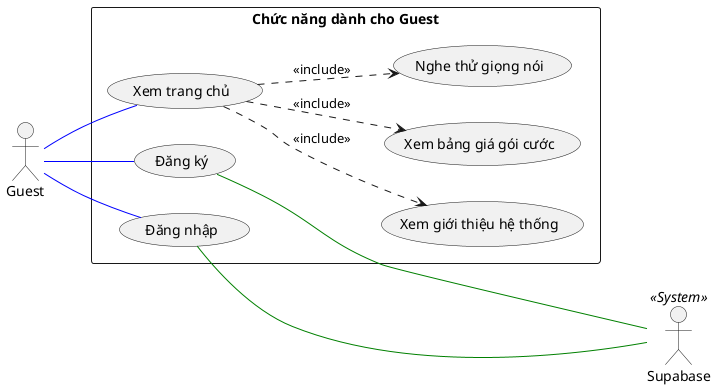
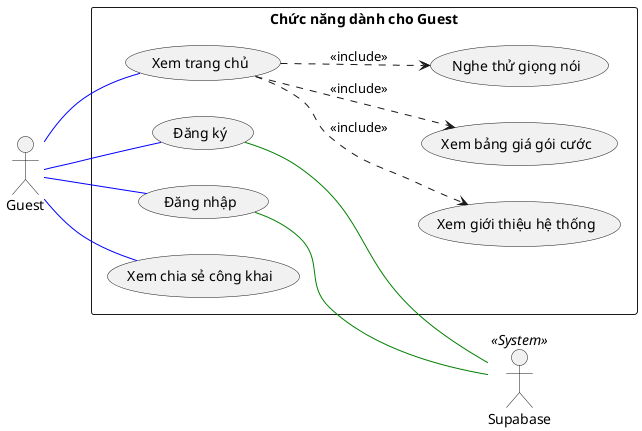
@startuml
left to right direction
skinparam packageStyle rectangle
skinparam shadowing false

actor "Guest" as Guest
actor "Supabase" as Supabase << System >>

rectangle "Chức năng dành cho Guest" {
  usecase "Xem trang chủ" as UC_Home
  usecase "Xem giới thiệu hệ thống" as UC_Intro
  usecase "Xem bảng giá gói cước" as UC_Pricing
  usecase "Nghe thử giọng nói" as UC_SampleVoice
  usecase "Đăng ký" as UC_Register
  usecase "Đăng nhập" as UC_Login
+   usecase "Xem chia sẻ công khai" as UC_PublicShare

  UC_Home ..> UC_Intro : <<include>>
  UC_Home ..> UC_Pricing : <<include>>
  UC_Home ..> UC_SampleVoice : <<include>>
}

Guest -- UC_Home #blue
Guest -- UC_Register #blue
Guest -- UC_Login #blue
+ Guest -- UC_PublicShare #blue

- UC_Register --- Supabase #green
- UC_Login --- Supabase #green
+ UC_Register -- Supabase #green
+ UC_Login -- Supabase #green
@enduml
